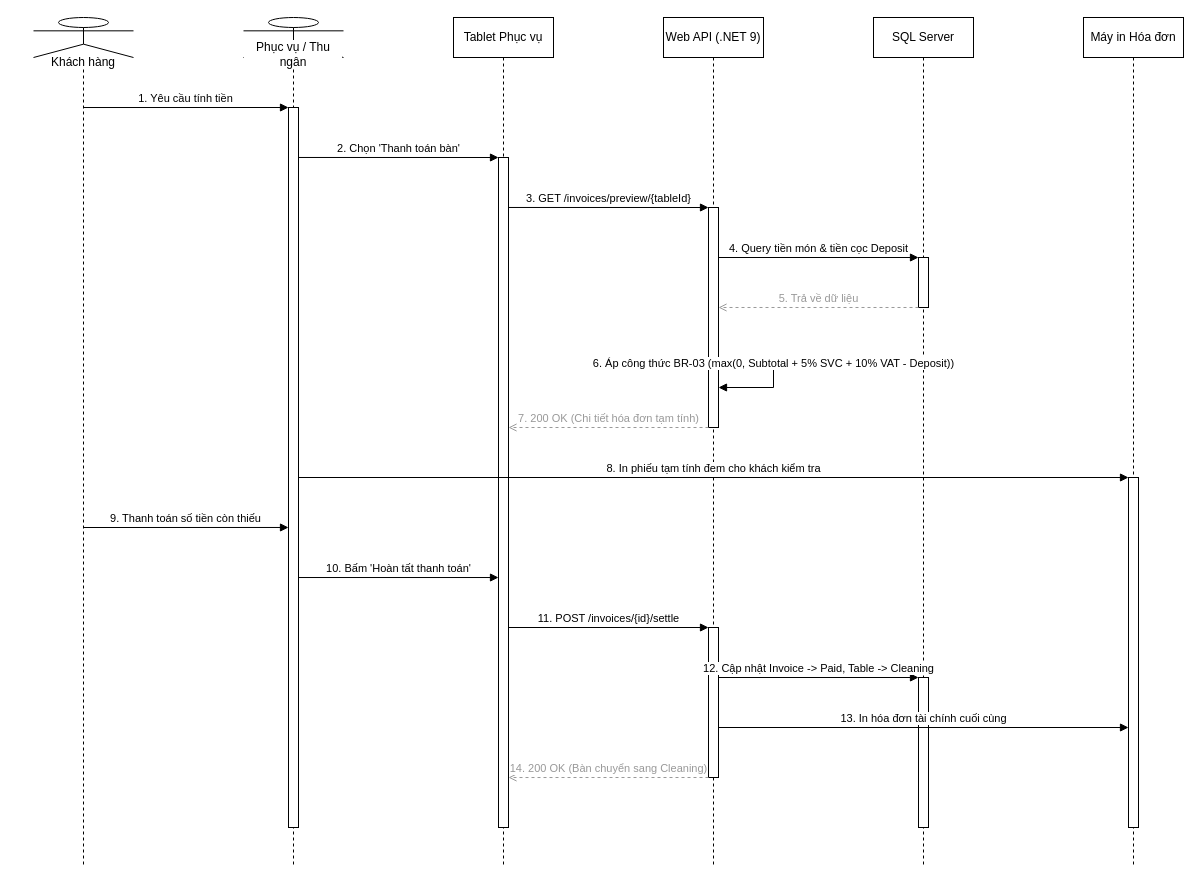
AndrewQng/VinDining keeps this draw.io diagram as docs/phase1/drawio/sd04_invoice_settlement.drawio. Above is the earlier version. Source tidied: cells renumbered, new cells numbered last; positions are measured from the earlier drawing's top-left corner, leaving out a move shared by most shapes. Both pictures are drawn from the tidied source at 100%, with x=0, y=0 at pixel (33, 17).
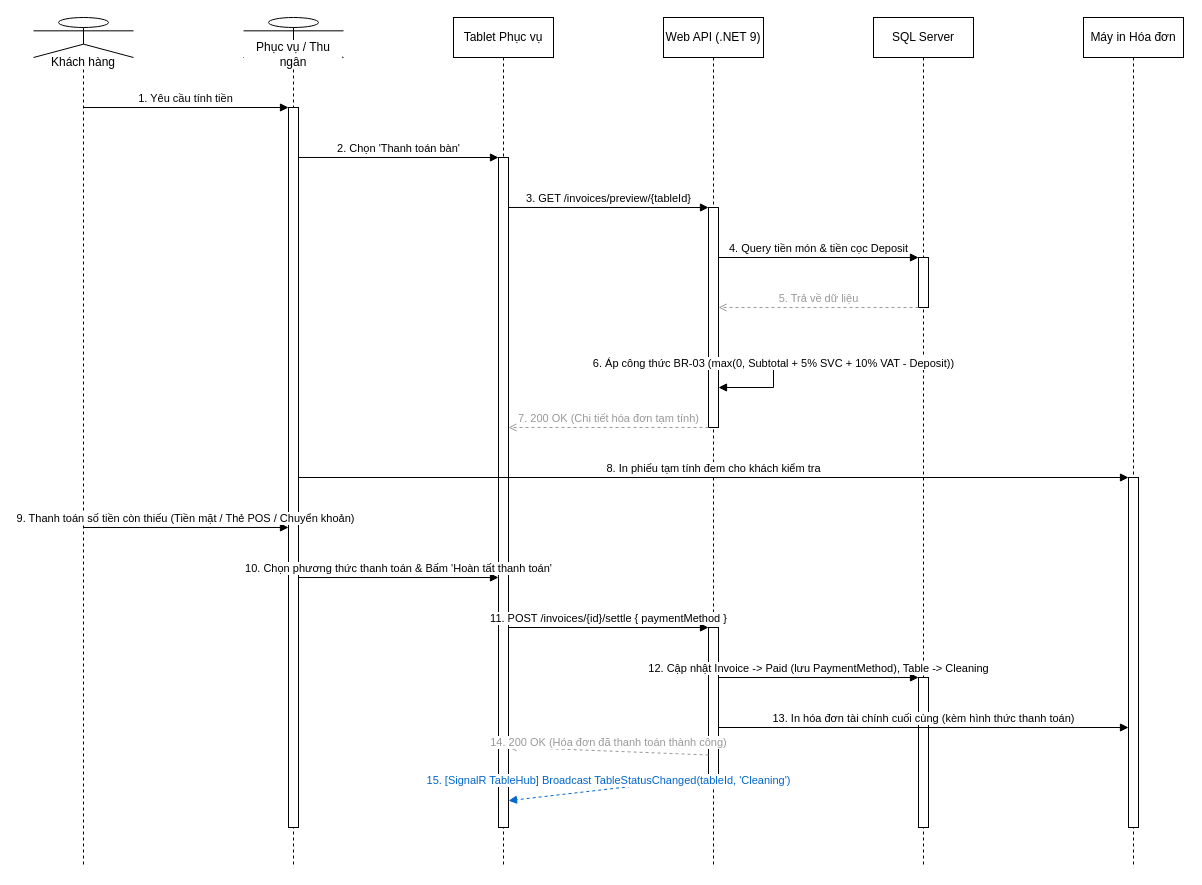
After the change.

Unchanged cells that the change refers to:
```xml
<mxCell id="2" value="Khách hàng" style="shape=umlLifeline;perimeter=lifelinePerimeter;whiteSpace=wrap;html=1;outlineConnect=0;portConstraint=eastwest;size=40;participant=umlActor;verticalAlign=bottom;spacingBottom=-14;labelBackgroundColor=#ffffff;" parent="1" vertex="1">
  <mxGeometry width="100" height="850" as="geometry" />
</mxCell>
<mxCell id="10" style="html=1;points=[];perimeter=orthogonalPerimeter;outlineConnect=0;fillColor=#ffffff;" parent="5" vertex="1">
  <mxGeometry x="45" y="610" width="10" height="150" as="geometry" />
</mxCell>
<mxCell id="11" style="html=1;points=[];perimeter=orthogonalPerimeter;outlineConnect=0;fillColor=#ffffff;" parent="3" vertex="1">
  <mxGeometry x="45" y="90" width="10" height="720" as="geometry" />
</mxCell>
<mxCell id="12" style="html=1;points=[];perimeter=orthogonalPerimeter;outlineConnect=0;fillColor=#ffffff;" parent="4" vertex="1">
  <mxGeometry x="45" y="140" width="10" height="670" as="geometry" />
</mxCell>
<mxCell id="13" style="html=1;points=[];perimeter=orthogonalPerimeter;outlineConnect=0;fillColor=#ffffff;" parent="7" vertex="1">
  <mxGeometry x="45" y="460" width="10" height="350" as="geometry" />
</mxCell>
<mxCell id="14" style="html=1;points=[];perimeter=orthogonalPerimeter;outlineConnect=0;fillColor=#ffffff;" parent="6" vertex="1">
  <mxGeometry x="45" y="660" width="10" height="150" as="geometry" />
</mxCell>
```

Diff of the diagram source:
```diff
@@
-    <mxCell id="23" value="9. Thanh toán số tiền còn thiếu" style="html=1;verticalAlign=bottom;endArrow=block;curved=0;rounded=0;exitX=0.5;exitY=0.6;entryX=0;entryY=0.5833;" parent="1" edge="1" source="2" target="11">
+    <mxCell id="23" value="9. Thanh toán số tiền còn thiếu (Tiền mặt / Thẻ POS / Chuyển khoản)" style="html=1;verticalAlign=bottom;endArrow=block;curved=0;rounded=0;exitX=0.5;exitY=0.6;entryX=0;entryY=0.5833;" parent="1" edge="1" source="2" target="11">
       <mxGeometry relative="1" as="geometry" />
     </mxCell>
-    <mxCell id="24" value="10. Bấm 'Hoàn tất thanh toán'" style="html=1;verticalAlign=bottom;endArrow=block;curved=0;rounded=0;exitX=1;exitY=0.6528;entryX=0;entryY=0.6269;" parent="1" edge="1" source="11" target="12">
+    <mxCell id="24" value="10. Chọn phương thức thanh toán &amp; Bấm 'Hoàn tất thanh toán'" style="html=1;verticalAlign=bottom;endArrow=block;curved=0;rounded=0;exitX=1;exitY=0.6528;entryX=0;entryY=0.6269;" parent="1" edge="1" source="11" target="12">
       <mxGeometry relative="1" as="geometry" />
     </mxCell>
-    <mxCell id="25" value="11. POST /invoices/{id}/settle" style="html=1;verticalAlign=bottom;endArrow=block;curved=0;rounded=0;exitX=1;exitY=0.7015;entryX=0;entryY=0.0;" parent="1" edge="1" source="12" target="10">
+    <mxCell id="25" value="11. POST /invoices/{id}/settle { paymentMethod }" style="html=1;verticalAlign=bottom;endArrow=block;curved=0;rounded=0;exitX=1;exitY=0.7015;entryX=0;entryY=0.0;" parent="1" edge="1" source="12" target="10">
       <mxGeometry relative="1" as="geometry" />
     </mxCell>
-    <mxCell id="26" value="12. Cập nhật Invoice -&gt; Paid, Table -&gt; Cleaning" style="html=1;verticalAlign=bottom;endArrow=block;curved=0;rounded=0;exitX=1;exitY=0.3333;entryX=0;entryY=0.0;" parent="1" edge="1" source="10" target="14">
+    <mxCell id="26" value="12. Cập nhật Invoice -&gt; Paid (lưu PaymentMethod), Table -&gt; Cleaning" style="html=1;verticalAlign=bottom;endArrow=block;curved=0;rounded=0;exitX=1;exitY=0.3333;entryX=0;entryY=0.0;" parent="1" edge="1" source="10" target="14">
       <mxGeometry relative="1" as="geometry" />
     </mxCell>
-    <mxCell id="27" value="13. In hóa đơn tài chính cuối cùng" style="html=1;verticalAlign=bottom;endArrow=block;curved=0;rounded=0;exitX=1;exitY=0.6667;entryX=0;entryY=0.7143;" parent="1" edge="1" source="10" target="13">
+    <mxCell id="27" value="13. In hóa đơn tài chính cuối cùng (kèm hình thức thanh toán)" style="html=1;verticalAlign=bottom;endArrow=block;curved=0;rounded=0;exitX=1;exitY=0.6667;entryX=0;entryY=0.7143;" parent="1" edge="1" source="10" target="13">
       <mxGeometry relative="1" as="geometry" />
     </mxCell>
-    <mxCell id="28" value="14. 200 OK (Bàn chuyển sang Cleaning)" style="html=1;verticalAlign=bottom;endArrow=open;dashed=1;curved=0;rounded=0;strokeColor=#999999;fontColor=#999999;exitX=0;exitY=1.0;entryX=1;entryY=0.9254;" parent="1" edge="1" source="10" target="12">
+    <mxCell id="28" value="14. 200 OK (Hóa đơn đã thanh toán thành công)" style="html=1;verticalAlign=bottom;endArrow=open;dashed=1;curved=0;rounded=0;strokeColor=#999999;fontColor=#999999;exitX=0;exitY=0.85;entryX=1;entryY=0.88;" parent="1" edge="1" source="10" target="12">
       <mxGeometry relative="1" as="geometry" />
     </mxCell>
+    <mxCell id="29" value="15. [SignalR TableHub] Broadcast TableStatusChanged(tableId, 'Cleaning')" style="html=1;verticalAlign=bottom;endArrow=block;dashed=1;curved=0;rounded=0;strokeColor=#0066cc;fontColor=#0066cc;exitX=0;exitY=1.0;entryX=1;entryY=0.96;" parent="1" edge="1" source="10" target="12">
+      <mxGeometry relative="1" as="geometry" />
+    </mxCell>
```
